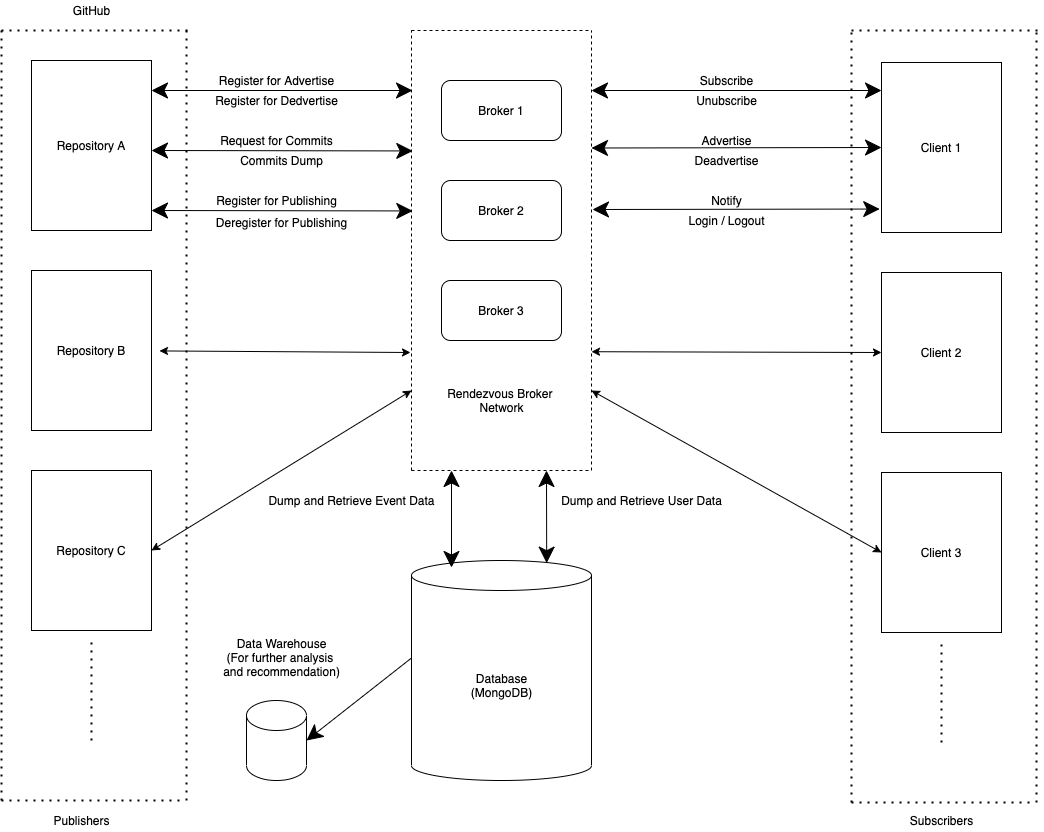
Earlier version of the draw.io export DS-Project-1.png (DaleSid/github-notifier). Source tidied: cells renumbered, new cells last; positions are measured from the earlier drawing's top-left corner, leaving out a move shared by most shapes.
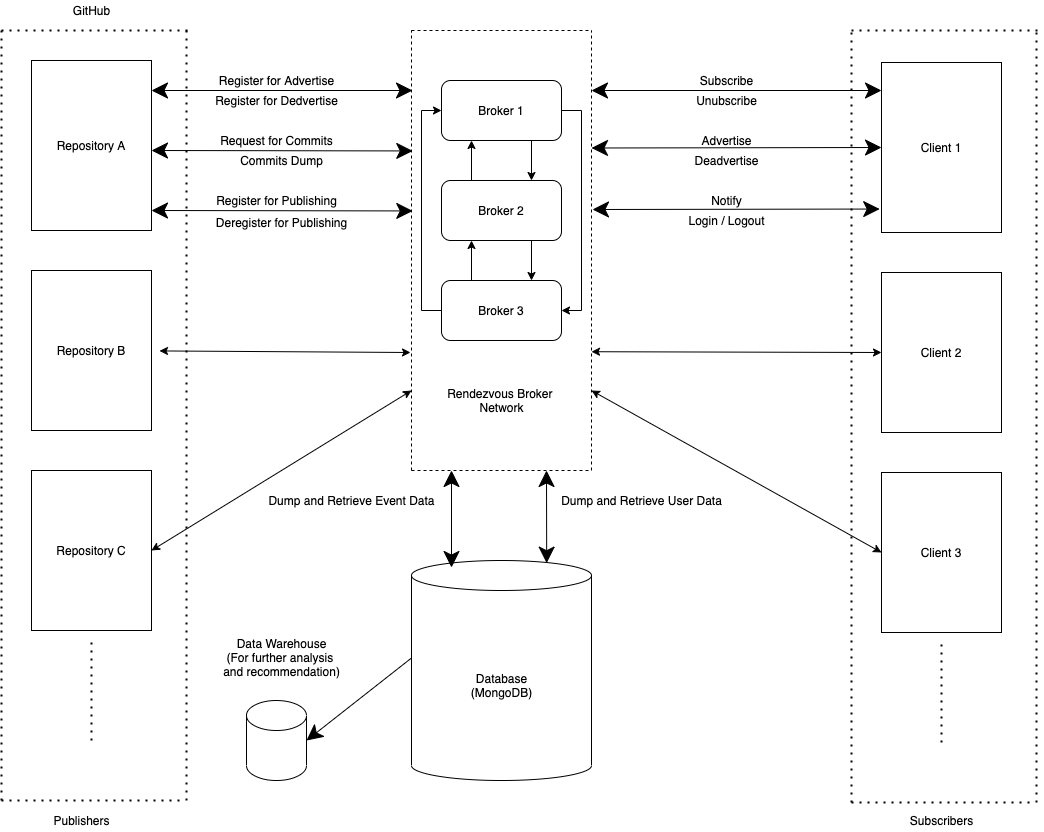
Later version of the same file.

Change to the diagram source:
```diff
@@ -248,5 +248,55 @@
         <mxPoint x="590" y="390" as="sourcePoint" />
       </mxGeometry>
     </mxCell>
+    <mxCell id="60" style="endArrow=classic;html=1;rounded=0;entryX=0.25;entryY=1;entryDx=0;entryDy=0;exitX=0.25;exitY=0;exitDx=0;exitDy=0;" parent="1" edge="1" source="55" target="54">
+      <mxGeometry relative="1" as="geometry" />
+    </mxCell>
+    <mxCell id="61" style="endArrow=classic;html=1;rounded=0;entryX=0.75;entryY=0;entryDx=0;entryDy=0;exitX=0.75;exitY=1;exitDx=0;exitDy=0;" parent="1" edge="1" source="54" target="55">
+      <mxGeometry relative="1" as="geometry" />
+    </mxCell>
+    <mxCell id="62" style="endArrow=classic;html=1;rounded=0;entryX=0.75;entryY=0;entryDx=0;entryDy=0;exitX=0.75;exitY=1;exitDx=0;exitDy=0;" parent="1" edge="1">
+      <mxGeometry relative="1" as="geometry">
+        <mxPoint x="530" y="240" as="sourcePoint" />
+        <mxPoint x="530" y="280" as="targetPoint" />
+      </mxGeometry>
+    </mxCell>
+    <mxCell id="63" style="endArrow=classic;html=1;rounded=0;entryX=0.25;entryY=1;entryDx=0;entryDy=0;exitX=0.25;exitY=0;exitDx=0;exitDy=0;" parent="1" edge="1">
+      <mxGeometry relative="1" as="geometry">
+        <mxPoint x="470" y="280" as="sourcePoint" />
+        <mxPoint x="470" y="240" as="targetPoint" />
+      </mxGeometry>
+    </mxCell>
+    <mxCell id="64" style="endArrow=none;html=1;rounded=0;" parent="1" edge="1">
+      <mxGeometry relative="1" as="geometry">
+        <mxPoint x="420" y="310" as="sourcePoint" />
+        <mxPoint x="420" y="110" as="targetPoint" />
+      </mxGeometry>
+    </mxCell>
+    <mxCell id="65" style="endArrow=none;html=1;rounded=0;" parent="1" edge="1">
+      <mxGeometry relative="1" as="geometry">
+        <mxPoint x="580" y="310" as="sourcePoint" />
+        <mxPoint x="580" y="110" as="targetPoint" />
+      </mxGeometry>
+    </mxCell>
+    <mxCell id="66" style="endArrow=classic;html=1;rounded=0;entryX=0;entryY=0.5;entryDx=0;entryDy=0;" parent="1" edge="1" target="54">
+      <mxGeometry relative="1" as="geometry">
+        <mxPoint x="420" y="110" as="sourcePoint" />
+      </mxGeometry>
+    </mxCell>
+    <mxCell id="67" style="endArrow=classic;html=1;rounded=0;entryX=1;entryY=0.5;entryDx=0;entryDy=0;" parent="1" edge="1" target="56">
+      <mxGeometry relative="1" as="geometry">
+        <mxPoint x="580" y="310" as="sourcePoint" />
+      </mxGeometry>
+    </mxCell>
+    <mxCell id="68" style="endArrow=none;html=1;rounded=0;entryX=0;entryY=0.5;entryDx=0;entryDy=0;" parent="1" edge="1" target="56">
+      <mxGeometry relative="1" as="geometry">
+        <mxPoint x="420" y="310" as="sourcePoint" />
+      </mxGeometry>
+    </mxCell>
+    <mxCell id="69" style="endArrow=none;html=1;rounded=0;exitX=1;exitY=0.5;exitDx=0;exitDy=0;" parent="1" edge="1" source="54">
+      <mxGeometry relative="1" as="geometry">
+        <mxPoint x="580" y="110" as="targetPoint" />
+      </mxGeometry>
+    </mxCell>
   </root>
 </mxGraphModel>
```
